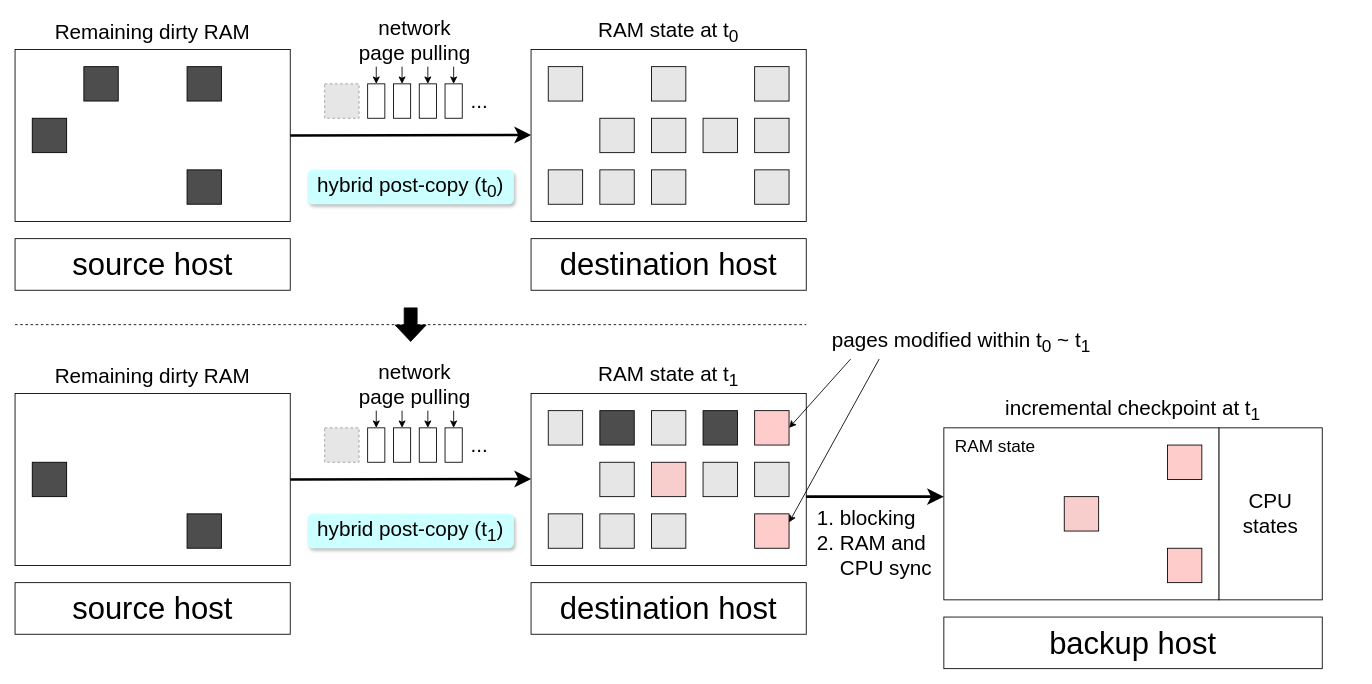
The draw.io diagram final/incremental checkpoint's challenge.drawio in xuyizhe1999/drawio, before the edit. Source tidied: cells renumbered, new cells numbered last; positions are measured from the earlier drawing's top-left corner, leaving out a move shared by most shapes. Both pictures are drawn from the tidied source at 86%, with x=0, y=0 at pixel (15, 15). Pictures stored in the file or linked from it are replaced by grey dashed boxes.
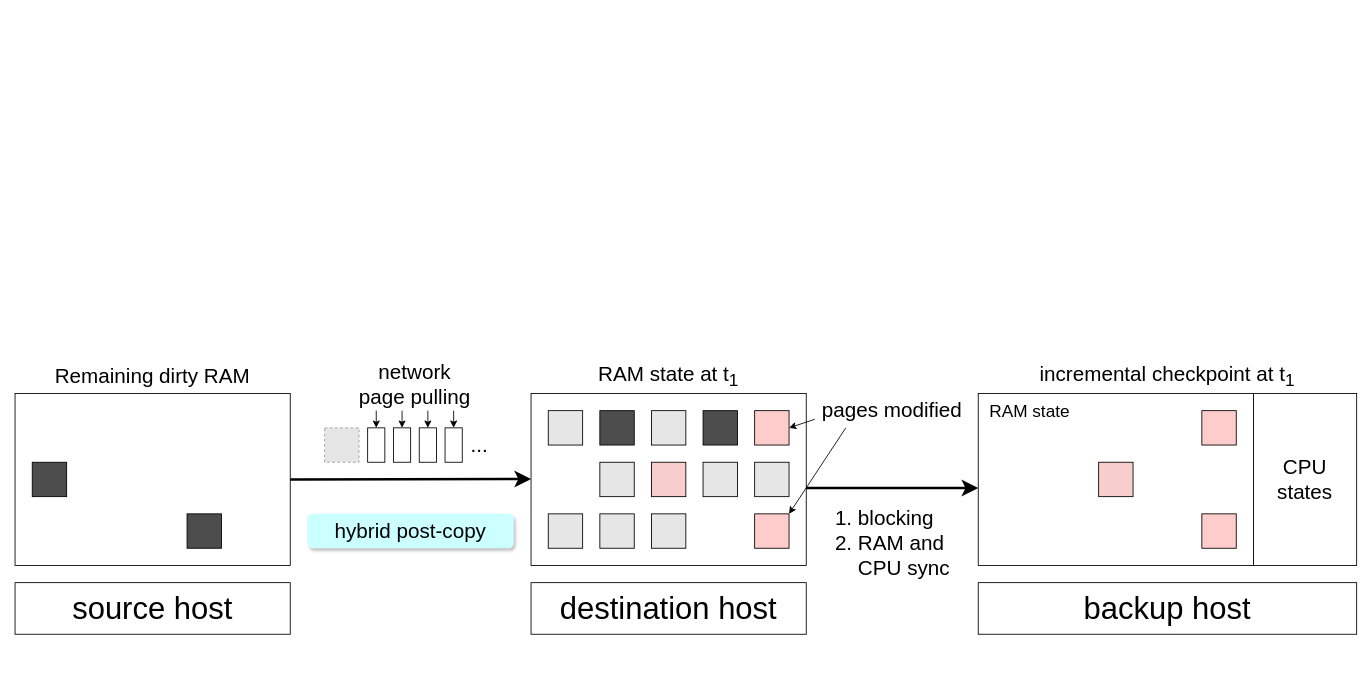
After the change.

Unchanged cells that the change refers to:
```xml
<mxCell id="33" style="rounded=0;whiteSpace=wrap;html=1;fillColor=#FFCCCC;" parent="1" vertex="1">
  <mxGeometry x="860" y="460" width="40" height="40" as="geometry" />
</mxCell>
<mxCell id="41" style="rounded=0;whiteSpace=wrap;html=1;fillColor=#FFCCCC;" parent="1" vertex="1">
  <mxGeometry x="860" y="580" width="40" height="40" as="geometry" />
</mxCell>
```

What changed in the source:
```diff
@@
-    <mxCell id="2" style="shape=flexArrow;endArrow=classic;html=1;rounded=0;endSize=6;startSize=10;strokeWidth=1;width=15;fillColor=#000000;" parent="1" edge="1">
-      <mxGeometry relative="1" as="geometry">
-        <mxPoint x="460" y="340" as="sourcePoint" />
-        <mxPoint x="460" y="380" as="targetPoint" />
-      </mxGeometry>
-    </mxCell>
-    <mxCell id="3" style="rounded=0;whiteSpace=wrap;html=1;" parent="1" vertex="1">
-      <mxGeometry y="40" width="320" height="200" as="geometry" />
-    </mxCell>
-    <mxCell id="4" style="rounded=0;whiteSpace=wrap;html=1;fillColor=#4D4D4D;" parent="1" vertex="1">
-      <mxGeometry x="80" y="60" width="40" height="40" as="geometry" />
-    </mxCell>
-    <mxCell id="5" style="rounded=0;whiteSpace=wrap;html=1;fillColor=#4D4D4D;" parent="1" vertex="1">
-      <mxGeometry x="200" y="60" width="40" height="40" as="geometry" />
-    </mxCell>
-    <mxCell id="6" style="rounded=0;whiteSpace=wrap;html=1;fillColor=#4D4D4D;" parent="1" vertex="1">
-      <mxGeometry x="20" y="120" width="40" height="40" as="geometry" />
-    </mxCell>
-    <mxCell id="7" style="rounded=0;whiteSpace=wrap;html=1;fillColor=#4D4D4D;" parent="1" vertex="1">
-      <mxGeometry x="200" y="180" width="40" height="40" as="geometry" />
-    </mxCell>
-    <mxCell id="8" value="&lt;font style=&quot;font-size: 36px;&quot;&gt;source host&lt;/font&gt;" style="rounded=0;whiteSpace=wrap;html=1;" parent="1" vertex="1">
-      <mxGeometry y="260" width="320" height="60" as="geometry" />
-    </mxCell>
-    <mxCell id="9" value="&lt;font style=&quot;font-size: 24px;&quot;&gt;Remaining dirty RAM&lt;/font&gt;" style="text;html=1;strokeColor=none;fillColor=none;align=center;verticalAlign=middle;whiteSpace=wrap;rounded=0;" parent="1" vertex="1">
-      <mxGeometry width="320" height="40" as="geometry" />
-    </mxCell>
-    <mxCell id="10" style="edgeStyle=orthogonalEdgeStyle;rounded=0;jettySize=auto;html=1;exitX=1;exitY=0.5;exitDx=0;exitDy=0;entryX=0;entryY=0.5;entryDx=0;entryDy=0;endSize=10;startSize=10;strokeWidth=3;" parent="1" edge="1" source="3">
-      <mxGeometry relative="1" as="geometry">
-        <mxPoint x="600" y="139.5" as="targetPoint" />
-      </mxGeometry>
-    </mxCell>
-    <mxCell id="11" style="rounded=0;whiteSpace=wrap;html=1;" parent="1" vertex="1">
-      <mxGeometry x="600" y="40" width="320" height="200" as="geometry" />
-    </mxCell>
-    <mxCell id="12" style="rounded=0;whiteSpace=wrap;html=1;fillColor=#E6E6E6;" parent="1" vertex="1">
-      <mxGeometry x="620" y="60" width="40" height="40" as="geometry" />
-    </mxCell>
-    <mxCell id="13" style="rounded=0;whiteSpace=wrap;html=1;fillColor=#E6E6E6;" parent="1" vertex="1">
-      <mxGeometry x="740" y="60" width="40" height="40" as="geometry" />
-    </mxCell>
-    <mxCell id="14" style="rounded=0;whiteSpace=wrap;html=1;fillColor=#E6E6E6;" parent="1" vertex="1">
-      <mxGeometry x="860" y="60" width="40" height="40" as="geometry" />
-    </mxCell>
-    <mxCell id="15" style="rounded=0;whiteSpace=wrap;html=1;fillColor=#E6E6E6;" parent="1" vertex="1">
-      <mxGeometry x="680" y="120" width="40" height="40" as="geometry" />
-    </mxCell>
-    <mxCell id="16" style="rounded=0;whiteSpace=wrap;html=1;fillColor=#E6E6E6;" parent="1" vertex="1">
-      <mxGeometry x="740" y="120" width="40" height="40" as="geometry" />
-    </mxCell>
-    <mxCell id="17" style="rounded=0;whiteSpace=wrap;html=1;fillColor=#E6E6E6;" parent="1" vertex="1">
-      <mxGeometry x="800" y="120" width="40" height="40" as="geometry" />
-    </mxCell>
-    <mxCell id="18" style="rounded=0;whiteSpace=wrap;html=1;fillColor=#E6E6E6;" parent="1" vertex="1">
-      <mxGeometry x="860" y="120" width="40" height="40" as="geometry" />
-    </mxCell>
-    <mxCell id="19" style="rounded=0;whiteSpace=wrap;html=1;fillColor=#E6E6E6;" parent="1" vertex="1">
-      <mxGeometry x="620" y="180" width="40" height="40" as="geometry" />
-    </mxCell>
-    <mxCell id="20" style="rounded=0;whiteSpace=wrap;html=1;fillColor=#E6E6E6;" parent="1" vertex="1">
-      <mxGeometry x="680" y="180" width="40" height="40" as="geometry" />
-    </mxCell>
-    <mxCell id="21" style="rounded=0;whiteSpace=wrap;html=1;fillColor=#E6E6E6;" parent="1" vertex="1">
-      <mxGeometry x="740" y="180" width="40" height="40" as="geometry" />
-    </mxCell>
-    <mxCell id="22" style="rounded=0;whiteSpace=wrap;html=1;fillColor=#E6E6E6;" parent="1" vertex="1">
-      <mxGeometry x="860" y="180" width="40" height="40" as="geometry" />
-    </mxCell>
-    <mxCell id="23" value="&lt;font style=&quot;font-size: 36px;&quot;&gt;destination host&lt;/font&gt;" style="rounded=0;whiteSpace=wrap;html=1;" parent="1" vertex="1">
-      <mxGeometry x="600" y="260" width="320" height="60" as="geometry" />
-    </mxCell>
-    <mxCell id="24" value="&lt;font style=&quot;font-size: 24px;&quot;&gt;RAM state at t&lt;sub style=&quot;&quot;&gt;0&lt;/sub&gt;&lt;/font&gt;" style="text;html=1;strokeColor=none;fillColor=none;align=center;verticalAlign=middle;whiteSpace=wrap;rounded=0;" parent="1" vertex="1">
-      <mxGeometry x="600" width="320" height="40" as="geometry" />
-    </mxCell>
-    <mxCell id="25" value="&lt;font style=&quot;font-size: 24px;&quot;&gt;hybrid post-copy (t&lt;sub&gt;0&lt;/sub&gt;)&lt;/font&gt;" style="text;html=1;strokeColor=none;fillColor=#CCFFFF;align=center;verticalAlign=middle;whiteSpace=wrap;rounded=1;shadow=1;" parent="1" vertex="1">
-      <mxGeometry x="340" y="180" width="240" height="40" as="geometry" />
-    </mxCell>
@@
-    <mxCell id="46" value="&lt;font style=&quot;font-size: 24px;&quot;&gt;hybrid post-copy (t&lt;sub&gt;1&lt;/sub&gt;)&lt;/font&gt;" style="text;html=1;strokeColor=none;fillColor=#CCFFFF;align=center;verticalAlign=middle;whiteSpace=wrap;rounded=1;shadow=1;" parent="1" vertex="1">
+    <mxCell id="46" value="&lt;font style=&quot;font-size: 24px;&quot;&gt;hybrid post-copy&lt;/font&gt;" style="text;html=1;strokeColor=none;fillColor=#CCFFFF;align=center;verticalAlign=middle;whiteSpace=wrap;rounded=1;shadow=1;" parent="1" vertex="1">
       <mxGeometry x="340" y="580" width="240" height="40" as="geometry" />
     </mxCell>
-    <mxCell id="47" value="&lt;font style=&quot;&quot;&gt;&lt;font style=&quot;font-size: 24px;&quot;&gt;pages modified within t&lt;sub style=&quot;&quot;&gt;0&lt;/sub&gt; ~ t&lt;sub style=&quot;&quot;&gt;1&lt;/sub&gt;&lt;/font&gt;&lt;br&gt;&lt;/font&gt;" style="text;html=1;strokeColor=none;fillColor=none;align=center;verticalAlign=middle;whiteSpace=wrap;rounded=0;" parent="1" vertex="1">
-      <mxGeometry x="941" y="360" width="319" height="40" as="geometry" />
+    <mxCell id="47" value="&lt;font style=&quot;&quot;&gt;&lt;font style=&quot;font-size: 24px;&quot;&gt;pages modified&lt;/font&gt;&lt;br&gt;&lt;/font&gt;" style="text;html=1;strokeColor=none;fillColor=none;align=center;verticalAlign=middle;whiteSpace=wrap;rounded=0;" parent="1" vertex="1">
+      <mxGeometry x="930" y="440" width="180" height="40" as="geometry" />
     </mxCell>
-    <mxCell id="48" style="endArrow=none;html=1;rounded=0;dashed=1;" parent="1" edge="1">
-      <mxGeometry relative="1" as="geometry">
-        <mxPoint y="360" as="sourcePoint" />
-        <mxPoint x="920" y="360" as="targetPoint" />
-      </mxGeometry>
-    </mxCell>
-    <mxCell id="49" style="fillColor=#E6E6E6;strokeColor=#999999;dashed=1;html=1;verticalAlign=top;verticalLabelPosition=bottom;labelBackgroundColor=#ffffff;" parent="1" vertex="1">
-      <mxGeometry x="360" y="80" width="40" height="40" as="geometry" />
-    </mxCell>
-    <mxCell id="50" style="rounded=0;whiteSpace=wrap;html=1;" parent="1" vertex="1">
-      <mxGeometry x="410" y="80" width="20" height="40" as="geometry" />
-    </mxCell>
-    <mxCell id="51" style="rounded=0;whiteSpace=wrap;html=1;" parent="1" vertex="1">
-      <mxGeometry x="440" y="80" width="20" height="40" as="geometry" />
-    </mxCell>
-    <mxCell id="52" style="rounded=0;whiteSpace=wrap;html=1;" parent="1" vertex="1">
-      <mxGeometry x="470" y="80" width="20" height="40" as="geometry" />
-    </mxCell>
-    <mxCell id="53" style="rounded=0;whiteSpace=wrap;html=1;" parent="1" vertex="1">
-      <mxGeometry x="500" y="80" width="20" height="40" as="geometry" />
-    </mxCell>
-    <mxCell id="54" value="&lt;font style=&quot;font-size: 24px;&quot;&gt;...&lt;/font&gt;" style="text;html=1;strokeColor=none;fillColor=none;align=center;verticalAlign=middle;whiteSpace=wrap;rounded=0;" parent="1" vertex="1">
-      <mxGeometry x="520" y="80" width="40" height="40" as="geometry" />
-    </mxCell>
-    <mxCell id="55" style="endArrow=classic;html=1;rounded=0;exitX=0.2;exitY=1;exitDx=0;exitDy=0;exitPerimeter=0;" parent="1" edge="1">
-      <mxGeometry relative="1" as="geometry">
-        <mxPoint x="420" y="60" as="sourcePoint" />
-        <mxPoint x="420" y="80" as="targetPoint" />
-      </mxGeometry>
-    </mxCell>
-    <mxCell id="56" style="endArrow=classic;html=1;rounded=0;exitX=0.4;exitY=1;exitDx=0;exitDy=0;exitPerimeter=0;entryX=0.5;entryY=0;entryDx=0;entryDy=0;" parent="1" edge="1" target="51">
-      <mxGeometry relative="1" as="geometry">
-        <mxPoint x="450" y="60" as="sourcePoint" />
-      </mxGeometry>
-    </mxCell>
-    <mxCell id="57" style="endArrow=classic;html=1;rounded=0;exitX=0.6;exitY=1;exitDx=0;exitDy=0;exitPerimeter=0;entryX=0.5;entryY=0;entryDx=0;entryDy=0;" parent="1" edge="1" target="52">
-      <mxGeometry relative="1" as="geometry">
-        <mxPoint x="480" y="60" as="sourcePoint" />
-      </mxGeometry>
-    </mxCell>
-    <mxCell id="58" style="endArrow=classic;html=1;rounded=0;exitX=0.8;exitY=1;exitDx=0;exitDy=0;exitPerimeter=0;entryX=0.5;entryY=0;entryDx=0;entryDy=0;" parent="1" edge="1" target="53">
-      <mxGeometry relative="1" as="geometry">
-        <mxPoint x="510" y="60" as="sourcePoint" />
-      </mxGeometry>
-    </mxCell>
@@
-    <mxCell id="69" style="endArrow=classic;html=1;rounded=0;exitX=0.096;exitY=1;exitDx=0;exitDy=0;entryX=1;entryY=0.5;entryDx=0;entryDy=0;exitPerimeter=0;" parent="1" edge="1" source="47" target="33">
+    <mxCell id="69" style="endArrow=classic;html=1;rounded=0;entryX=1;entryY=0.5;entryDx=0;entryDy=0;exitX=0;exitY=0.75;exitDx=0;exitDy=0;" parent="1" edge="1" source="47" target="33">
       <mxGeometry relative="1" as="geometry" />
     </mxCell>
-    <mxCell id="70" style="endArrow=classic;html=1;rounded=0;exitX=0.2;exitY=1;exitDx=0;exitDy=0;entryX=1;entryY=0.25;entryDx=0;entryDy=0;exitPerimeter=0;" parent="1" edge="1" source="47" target="41">
+    <mxCell id="70" style="endArrow=classic;html=1;rounded=0;exitX=0.2;exitY=1;exitDx=0;exitDy=0;entryX=1;entryY=0;entryDx=0;entryDy=0;exitPerimeter=0;" parent="1" edge="1" source="47" target="41">
       <mxGeometry relative="1" as="geometry" />
     </mxCell>
@@
     <mxCell id="72" style="rounded=0;whiteSpace=wrap;html=1;" parent="1" vertex="1">
-      <mxGeometry x="1080" y="480" width="320" height="200" as="geometry" />
+      <mxGeometry x="1120" y="440" width="320" height="200" as="geometry" />
     </mxCell>
     <mxCell id="73" style="rounded=0;whiteSpace=wrap;html=1;fillColor=#FFCCCC;" parent="1" vertex="1">
-      <mxGeometry x="1340" y="500" width="40" height="40" as="geometry" />
+      <mxGeometry x="1380" y="460" width="40" height="40" as="geometry" />
     </mxCell>
     <mxCell id="74" style="rounded=0;whiteSpace=wrap;html=1;fillColor=#FFCCCC;" parent="1" vertex="1">
-      <mxGeometry x="1340" y="620" width="40" height="40" as="geometry" />
+      <mxGeometry x="1380" y="580" width="40" height="40" as="geometry" />
     </mxCell>
     <mxCell id="75" value="&lt;font style=&quot;&quot;&gt;&lt;font style=&quot;font-size: 24px;&quot;&gt;incremental checkpoint at t&lt;sub style=&quot;&quot;&gt;1&lt;/sub&gt;&lt;/font&gt;&lt;br&gt;&lt;/font&gt;" style="text;html=1;strokeColor=none;fillColor=none;align=center;verticalAlign=middle;whiteSpace=wrap;rounded=0;" parent="1" vertex="1">
-      <mxGeometry x="1140" y="440" width="320" height="40" as="geometry" />
+      <mxGeometry x="1180" y="400" width="320" height="40" as="geometry" />
     </mxCell>
@@
     <mxCell id="77" value="&lt;font style=&quot;font-size: 20px;&quot;&gt;RAM state&lt;/font&gt;" style="text;html=1;strokeColor=none;fillColor=none;align=center;verticalAlign=middle;whiteSpace=wrap;rounded=0;" parent="1" vertex="1">
-      <mxGeometry x="1080" y="480" width="120" height="40" as="geometry" />
+      <mxGeometry x="1120" y="440" width="120" height="40" as="geometry" />
     </mxCell>
@@
-    <mxCell id="79" value="&lt;font style=&quot;font-size: 24px;&quot;&gt;network&lt;br&gt;page pulling&lt;/font&gt;" style="text;html=1;strokeColor=none;fillColor=none;align=center;verticalAlign=middle;whiteSpace=wrap;rounded=0;" parent="1" vertex="1">
-      <mxGeometry x="390" width="150" height="60" as="geometry" />
-    </mxCell>
     <mxCell id="80" style="rounded=0;whiteSpace=wrap;html=1;fillColor=#F8CECC;" parent="1" vertex="1">
-      <mxGeometry x="1220" y="560" width="40" height="40" as="geometry" />
+      <mxGeometry x="1260" y="520" width="40" height="40" as="geometry" />
     </mxCell>
     <mxCell id="81" style="edgeStyle=orthogonalEdgeStyle;rounded=0;orthogonalLoop=1;jettySize=auto;html=1;exitX=1;exitY=0.5;exitDx=0;exitDy=0;endSize=10;startSize=10;strokeWidth=3;" parent="1" edge="1">
       <mxGeometry relative="1" as="geometry">
-        <mxPoint x="920" y="560" as="sourcePoint" />
-        <mxPoint x="1080" y="560" as="targetPoint" />
+        <mxPoint x="920" y="550" as="sourcePoint" />
+        <mxPoint x="1120" y="550" as="targetPoint" />
       </mxGeometry>
     </mxCell>
     <mxCell id="82" value="&lt;font style=&quot;font-size: 36px;&quot;&gt;backup host&lt;/font&gt;" style="rounded=0;whiteSpace=wrap;html=1;" parent="1" vertex="1">
-      <mxGeometry x="1080" y="700" width="440" height="60" as="geometry" />
+      <mxGeometry x="1120" y="660" width="440" height="60" as="geometry" />
     </mxCell>
     <mxCell id="83" style="rounded=0;whiteSpace=wrap;html=1;" parent="1" vertex="1">
-      <mxGeometry x="1400" y="480" width="120" height="200" as="geometry" />
+      <mxGeometry x="1440" y="440" width="120" height="200" as="geometry" />
     </mxCell>
     <mxCell id="84" value="&lt;font style=&quot;font-size: 24px;&quot;&gt;CPU states&lt;/font&gt;" style="text;html=1;strokeColor=none;fillColor=none;align=center;verticalAlign=middle;whiteSpace=wrap;rounded=0;" parent="1" vertex="1">
-      <mxGeometry x="1400" y="540" width="120" height="80" as="geometry" />
+      <mxGeometry x="1440" y="500" width="120" height="80" as="geometry" />
     </mxCell>
     <mxCell id="85" value="&lt;div style=&quot;text-align: left;&quot;&gt;&lt;span style=&quot;font-size: 24px; background-color: initial;&quot;&gt;1. blocking&lt;/span&gt;&lt;/div&gt;&lt;font style=&quot;font-size: 24px;&quot;&gt;&lt;div style=&quot;text-align: left;&quot;&gt;&lt;span style=&quot;background-color: initial;&quot;&gt;2. RAM and&amp;nbsp;&lt;/span&gt;&lt;/div&gt;&lt;div style=&quot;text-align: left;&quot;&gt;&lt;span style=&quot;background-color: initial;&quot;&gt;&amp;nbsp; &amp;nbsp; CPU sync&lt;/span&gt;&lt;/div&gt;&lt;/font&gt;" style="text;html=1;strokeColor=none;fillColor=none;align=center;verticalAlign=middle;whiteSpace=wrap;rounded=0;" parent="1" vertex="1">
-      <mxGeometry x="930" y="560" width="139" height="110" as="geometry" />
+      <mxGeometry x="941" y="560" width="159" height="110" as="geometry" />
     </mxCell>
```
